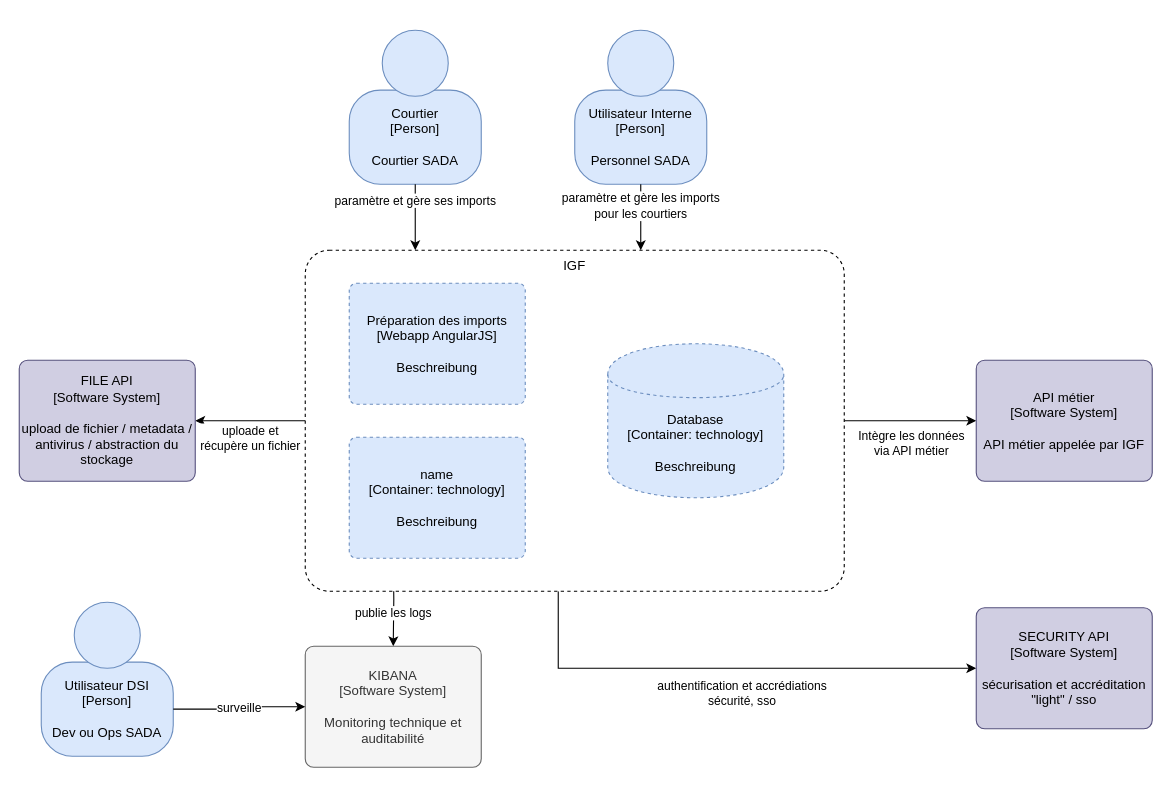
Above: page "IGF Container" (2 of 2) of IGF C4.drawio in rcapraro/c4models (draw.io), before the change. Source tidied: cells renumbered, new cells numbered last; positions are measured from the earlier drawing's top-left corner, leaving out a move shared by most shapes. Both pictures are drawn from the tidied source at 110%, with x=0, y=0 at pixel (19, 30).
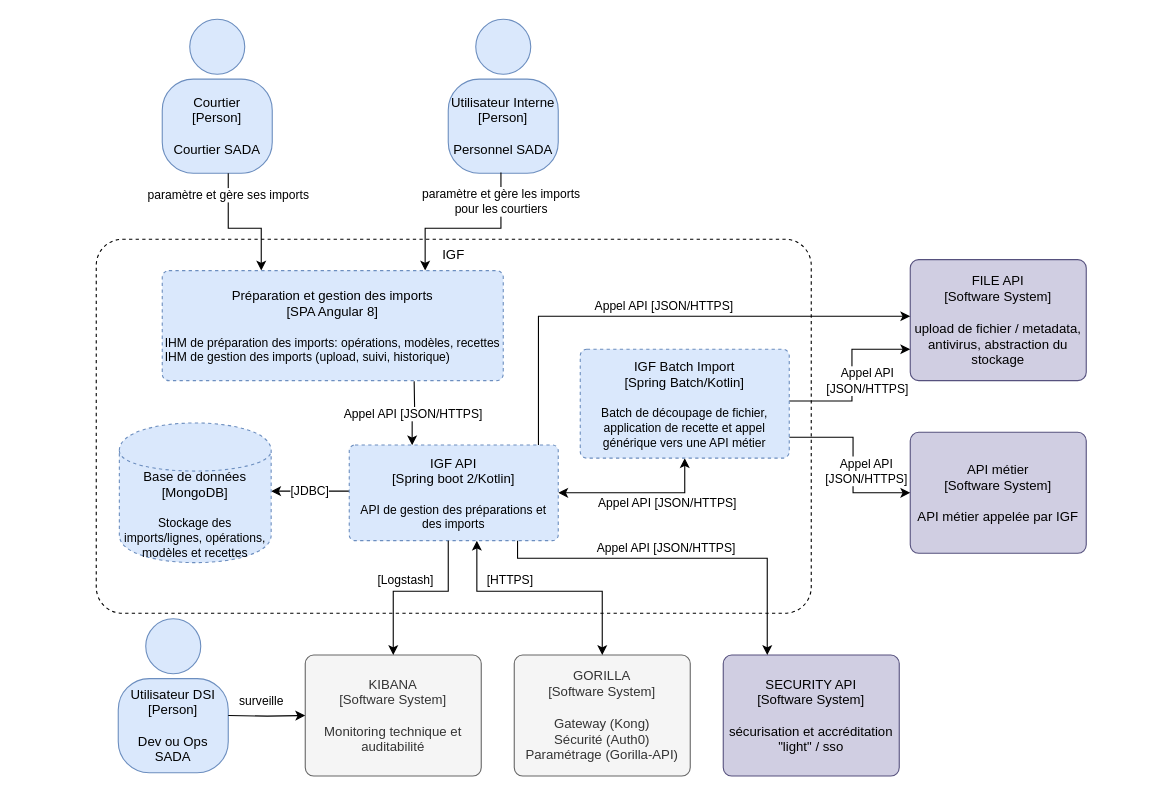
The same page after the edit.

Change to the diagram source:
```diff
@@
     <mxCell id="2" style="group;rounded=0;labelBackgroundColor=none;align=center;html=1;" parent="1" vertex="1">
-      <mxGeometry x="300" width="120" height="140" as="geometry" />
+      <mxGeometry x="130" y="-10" width="100" height="140" as="geometry" />
     </mxCell>
     <mxCell id="3" value="Courtier&lt;div&gt;[Person]&lt;/div&gt;&lt;div&gt;&lt;br&gt;&lt;/div&gt;&lt;div&gt;Courtier SADA&lt;br&gt;&lt;/div&gt;" style="rounded=1;whiteSpace=wrap;html=1;labelBackgroundColor=none;fillColor=#dae8fc;fontColor=#000000;align=center;arcSize=33;strokeColor=#6c8ebf;" parent="2" vertex="1">
-      <mxGeometry y="54.4" width="120" height="85.6" as="geometry" />
+      <mxGeometry y="54.4" width="100" height="85.6" as="geometry" />
     </mxCell>
     <mxCell id="4" style="ellipse;whiteSpace=wrap;html=1;rounded=0;labelBackgroundColor=none;fillColor=#dae8fc;fontSize=12;fontColor=#000000;align=center;strokeColor=#6c8ebf;" parent="2" vertex="1">
-      <mxGeometry x="30" width="60" height="60" as="geometry" />
+      <mxGeometry x="25" width="50" height="50" as="geometry" />
     </mxCell>
     <mxCell id="5" style="group;rounded=0;labelBackgroundColor=none;align=center;html=1;" parent="1" vertex="1">
-      <mxGeometry x="505" width="120" height="140" as="geometry" />
+      <mxGeometry x="390" y="-10" width="100" height="140" as="geometry" />
     </mxCell>
     <mxCell id="6" value="Utilisateur Interne&lt;br&gt;&lt;div&gt;[Person]&lt;/div&gt;&lt;div&gt;&lt;br&gt;&lt;/div&gt;&lt;div&gt;Personnel SADA&lt;br&gt;&lt;/div&gt;" style="rounded=1;whiteSpace=wrap;html=1;labelBackgroundColor=none;fillColor=#dae8fc;fontColor=#000000;align=center;arcSize=33;strokeColor=#6c8ebf;" parent="5" vertex="1">
-      <mxGeometry y="54.4" width="120" height="85.6" as="geometry" />
+      <mxGeometry y="54.4" width="100" height="85.6" as="geometry" />
     </mxCell>
     <mxCell id="7" style="ellipse;whiteSpace=wrap;html=1;rounded=0;labelBackgroundColor=none;fillColor=#dae8fc;fontSize=12;fontColor=#000000;align=center;strokeColor=#6c8ebf;" parent="5" vertex="1">
-      <mxGeometry x="30" width="60" height="60" as="geometry" />
+      <mxGeometry x="25" width="50" height="50" as="geometry" />
     </mxCell>
-    <mxCell id="8" style="edgeStyle=orthogonalEdgeStyle;rounded=0;jettySize=auto;html=1;" parent="1" edge="1" source="15" target="16">
-      <mxGeometry relative="1" as="geometry" />
-    </mxCell>
-    <mxCell id="9" value="uploade et&lt;br&gt;récupère un fichier" style="text;html=1;align=center;verticalAlign=middle;labelBackgroundColor=#ffffff;fontSize=11;" parent="8" vertex="1">
-      <mxGeometry x="-0.17" y="4" relative="1" as="geometry">
-        <mxPoint x="-9" y="11" as="offset" />
-      </mxGeometry>
-    </mxCell>
-    <mxCell id="10" value="publie les logs" style="edgeStyle=orthogonalEdgeStyle;rounded=0;jettySize=auto;html=1;entryX=0.5;entryY=0;entryDx=0;entryDy=0;" parent="1" edge="1" target="17">
-      <mxGeometry x="0.33" relative="1" as="geometry">
-        <mxPoint x="340" y="473" as="sourcePoint" />
-      </mxGeometry>
-    </mxCell>
-    <mxCell id="11" style="edgeStyle=orthogonalEdgeStyle;rounded=0;jettySize=auto;html=1;entryX=0;entryY=0.5;entryDx=0;entryDy=0;" parent="1" edge="1" source="15" target="18">
-      <mxGeometry relative="1" as="geometry">
-        <Array as="points">
-          <mxPoint x="490" y="580" />
-          <mxPoint x="870" y="580" />
-        </Array>
-      </mxGeometry>
-    </mxCell>
-    <mxCell id="12" value="authentification et accrédiations&lt;br&gt;sécurité, sso" style="text;html=1;align=center;verticalAlign=middle;labelBackgroundColor=#ffffff;fontSize=11;" parent="11" vertex="1">
-      <mxGeometry x="-0.24" relative="1" as="geometry">
-        <mxPoint x="65" y="22" as="offset" />
-      </mxGeometry>
-    </mxCell>
-    <mxCell id="13" style="edgeStyle=orthogonalEdgeStyle;rounded=0;jettySize=auto;html=1;fontSize=11;" parent="1" edge="1" source="15" target="24">
-      <mxGeometry relative="1" as="geometry" />
-    </mxCell>
-    <mxCell id="14" value="Intègre les données&lt;br&gt;via API métier" style="text;html=1;align=center;verticalAlign=middle;labelBackgroundColor=#ffffff;fontSize=11;" parent="13" vertex="1">
-      <mxGeometry x="-0.14" y="-4" relative="1" as="geometry">
-        <mxPoint x="8" y="16" as="offset" />
-      </mxGeometry>
-    </mxCell>
     <mxCell id="15" value="&lt;div align=&quot;center&quot;&gt;IGF&lt;/div&gt;" style="rounded=1;whiteSpace=wrap;html=1;labelBackgroundColor=none;align=center;arcSize=7;dashed=1;verticalAlign=top;" parent="1" vertex="1">
-      <mxGeometry x="260" y="200" width="490" height="310" as="geometry" />
+      <mxGeometry x="70" y="190" width="650" height="340" as="geometry" />
     </mxCell>
-    <mxCell id="16" value="FILE API&lt;br&gt;&lt;div&gt;[Software System]&lt;/div&gt;&lt;div&gt;&lt;br&gt;&lt;/div&gt;&lt;div&gt;upload de fichier / metadata / antivirus / abstraction du stockage&lt;br&gt;&lt;/div&gt;" style="rounded=1;whiteSpace=wrap;html=1;labelBackgroundColor=none;fillColor=#d0cee2;align=center;arcSize=7;strokeColor=#56517e;" parent="1" vertex="1">
-      <mxGeometry y="300" width="160" height="110" as="geometry" />
+    <mxCell id="16" value="FILE API&lt;br&gt;&lt;div&gt;[Software System]&lt;/div&gt;&lt;div&gt;&lt;br&gt;&lt;/div&gt;&lt;div&gt;upload de fichier / metadata, antivirus, abstraction du stockage&lt;br&gt;&lt;/div&gt;" style="rounded=1;whiteSpace=wrap;html=1;labelBackgroundColor=none;fillColor=#d0cee2;align=center;arcSize=7;strokeColor=#56517e;" parent="1" vertex="1">
+      <mxGeometry x="810" y="208.5" width="160" height="110" as="geometry" />
     </mxCell>
     <mxCell id="17" value="KIBANA&lt;br&gt;&lt;div&gt;[Software System]&lt;/div&gt;&lt;div&gt;&lt;br&gt;&lt;/div&gt;&lt;div&gt;Monitoring technique et auditabilité&lt;br&gt;&lt;/div&gt;" style="rounded=1;whiteSpace=wrap;html=1;labelBackgroundColor=none;fillColor=#f5f5f5;fontColor=#333333;align=center;arcSize=7;strokeColor=#666666;" parent="1" vertex="1">
-      <mxGeometry x="260" y="560" width="160" height="110" as="geometry" />
+      <mxGeometry x="260" y="568" width="160" height="110" as="geometry" />
     </mxCell>
     <mxCell id="18" value="SECURITY API&lt;br&gt;&lt;div&gt;[Software System]&lt;/div&gt;&lt;div&gt;&lt;br&gt;&lt;/div&gt;&lt;div&gt;sécurisation et accréditation &quot;light&quot; / sso&lt;br&gt;&lt;/div&gt;" style="rounded=1;whiteSpace=wrap;html=1;labelBackgroundColor=none;fillColor=#d0cee2;align=center;arcSize=7;strokeColor=#56517e;" parent="1" vertex="1">
-      <mxGeometry x="870" y="525" width="160" height="110" as="geometry" />
+      <mxGeometry x="640" y="568" width="160" height="110" as="geometry" />
     </mxCell>
     <mxCell id="19" style="group;rounded=0;labelBackgroundColor=none;fillColor=none;fontColor=#000000;align=center;html=1;" parent="1" vertex="1">
-      <mxGeometry x="20" y="520" width="120" height="140" as="geometry" />
+      <mxGeometry x="90" y="535" width="100" height="140" as="geometry" />
     </mxCell>
     <mxCell id="20" value="Utilisateur DSI&lt;br&gt;&lt;div&gt;[Person]&lt;/div&gt;&lt;div&gt;&lt;br&gt;&lt;/div&gt;&lt;div&gt;Dev ou Ops SADA&lt;br&gt;&lt;/div&gt;" style="rounded=1;whiteSpace=wrap;html=1;labelBackgroundColor=none;fillColor=#dae8fc;fontColor=#000000;align=center;arcSize=33;strokeColor=#6c8ebf;" parent="19" vertex="1">
-      <mxGeometry y="54.4" width="120" height="85.6" as="geometry" />
+      <mxGeometry y="54.4" width="100" height="85.6" as="geometry" />
     </mxCell>
     <mxCell id="21" style="ellipse;whiteSpace=wrap;html=1;rounded=0;labelBackgroundColor=none;fillColor=#dae8fc;fontSize=12;fontColor=#000000;align=center;strokeColor=#6c8ebf;" parent="19" vertex="1">
-      <mxGeometry x="30" width="60" height="60" as="geometry" />
+      <mxGeometry x="25" width="50" height="50" as="geometry" />
     </mxCell>
-    <mxCell id="22" value="paramètre et gère ses imports" style="edgeStyle=orthogonalEdgeStyle;rounded=0;jettySize=auto;html=1;" parent="1" edge="1" source="3" target="15">
-      <mxGeometry x="-0.5" relative="1" as="geometry">
+    <mxCell id="22" value="paramètre et gère ses imports" style="edgeStyle=orthogonalEdgeStyle;rounded=0;jettySize=auto;html=1;" parent="1" edge="1" source="3" target="26">
+      <mxGeometry x="-0.66" relative="1" as="geometry">
         <Array as="points">
-          <mxPoint x="340" y="240" />
-          <mxPoint x="340" y="240" />
+          <mxPoint x="190" y="180" />
+          <mxPoint x="220" y="180" />
         </Array>
       </mxGeometry>
     </mxCell>
-    <mxCell id="23" value="&lt;div&gt;paramètre et gère les imports&lt;br&gt;pour les courtiers&lt;/div&gt;" style="edgeStyle=orthogonalEdgeStyle;rounded=0;jettySize=auto;html=1;" parent="1" edge="1" source="6" target="15">
-      <mxGeometry x="0.67" y="-30" relative="1" as="geometry">
+    <mxCell id="23" value="&lt;div&gt;paramètre et gère les imports&lt;br&gt;pour les courtiers&lt;/div&gt;" style="edgeStyle=orthogonalEdgeStyle;rounded=0;jettySize=auto;html=1;exitX=0.479;exitY=0.993;exitDx=0;exitDy=0;exitPerimeter=0;" parent="1" edge="1" source="6" target="26">
+      <mxGeometry x="-0.66" relative="1" as="geometry">
         <Array as="points">
-          <mxPoint x="560" y="220" />
-          <mxPoint x="560" y="220" />
+          <mxPoint x="438" y="180" />
+          <mxPoint x="369" y="180" />
         </Array>
-        <mxPoint x="30" y="-30" as="offset" />
       </mxGeometry>
     </mxCell>
     <mxCell id="24" value="API métier&lt;br&gt;&lt;div&gt;[Software System]&lt;/div&gt;&lt;div&gt;&lt;br&gt;&lt;/div&gt;&lt;div&gt;API métier appelée par IGF&lt;br&gt;&lt;/div&gt;" style="rounded=1;whiteSpace=wrap;html=1;labelBackgroundColor=none;fillColor=#d0cee2;align=center;arcSize=7;strokeColor=#56517e;" parent="1" vertex="1">
-      <mxGeometry x="870" y="300" width="160" height="110" as="geometry" />
+      <mxGeometry x="810" y="365.5" width="160" height="110" as="geometry" />
     </mxCell>
-    <mxCell id="25" value="surveille" style="edgeStyle=orthogonalEdgeStyle;rounded=0;jettySize=auto;html=1;exitX=1;exitY=0.5;exitDx=0;exitDy=0;" parent="1" edge="1" source="20" target="17">
-      <mxGeometry relative="1" as="geometry" />
+    <mxCell id="25" value="surveille" style="edgeStyle=orthogonalEdgeStyle;rounded=0;jettySize=auto;html=1;" parent="1" edge="1" target="17">
+      <mxGeometry x="0.01" y="14" relative="1" as="geometry">
+        <mxPoint x="190" y="623" as="sourcePoint" />
+        <mxPoint x="-5" y="1" as="offset" />
+      </mxGeometry>
     </mxCell>
+    <mxCell id="29" value="Appel API [JSON/HTTPS]" style="edgeStyle=orthogonalEdgeStyle;rounded=0;jettySize=auto;html=1;fontSize=11;entryX=0.301;entryY=0.004;entryDx=0;entryDy=0;entryPerimeter=0;" parent="1" edge="1" target="34">
+      <mxGeometry x="0.02" relative="1" as="geometry">
+        <mxPoint x="359" y="319" as="sourcePoint" />
+      </mxGeometry>
+    </mxCell>
-    <mxCell id="26" value="&lt;span&gt;Préparation des imports&lt;br&gt;&lt;/span&gt;&lt;div&gt;[Webapp AngularJS&lt;span&gt;]&lt;/span&gt;&lt;/div&gt;&lt;div&gt;&lt;br&gt;&lt;/div&gt;&lt;div&gt;Beschreibung&lt;/div&gt;" style="rounded=1;whiteSpace=wrap;html=1;labelBackgroundColor=none;fillColor=#dae8fc;fontColor=#000000;align=center;arcSize=6;strokeColor=#6c8ebf;dashed=1;" parent="1" vertex="1">
-      <mxGeometry x="300" y="230" width="160" height="110" as="geometry" />
+    <mxCell id="26" value="&lt;span&gt;Préparation et gestion des imports&lt;br&gt;&lt;/span&gt;&lt;div&gt;[SPA Angular 8&lt;span&gt;]&lt;/span&gt;&lt;/div&gt;&lt;div&gt;&lt;br&gt;&lt;/div&gt;&lt;div style=&quot;font-size: 11px&quot; align=&quot;left&quot;&gt;&lt;font style=&quot;font-size: 11px&quot;&gt;IHM de préparation des imports: opérations, modèles, recettes&lt;/font&gt;&lt;/div&gt;&lt;div style=&quot;font-size: 11px&quot; align=&quot;left&quot;&gt;&lt;font style=&quot;font-size: 11px&quot;&gt;IHM de gestion des imports (upload, suivi, historique)&lt;/font&gt;&lt;br&gt;&lt;/div&gt;" style="rounded=1;whiteSpace=wrap;html=1;labelBackgroundColor=none;fillColor=#dae8fc;fontColor=#000000;align=center;arcSize=6;strokeColor=#6c8ebf;dashed=1;" parent="1" vertex="1">
+      <mxGeometry x="130" y="218.5" width="310" height="100" as="geometry" />
     </mxCell>
-    <mxCell id="27" value="&lt;span&gt;name&lt;/span&gt;&lt;div&gt;[Container:&amp;nbsp;&lt;span&gt;technology&lt;/span&gt;&lt;span&gt;]&lt;/span&gt;&lt;/div&gt;&lt;div&gt;&lt;br&gt;&lt;/div&gt;&lt;div&gt;Beschreibung&lt;/div&gt;" style="rounded=1;whiteSpace=wrap;html=1;labelBackgroundColor=none;fillColor=#dae8fc;fontColor=#000000;align=center;arcSize=6;strokeColor=#6c8ebf;dashed=1;" parent="1" vertex="1">
-      <mxGeometry x="300" y="370" width="160" height="110" as="geometry" />
-    </mxCell>
+    <mxCell id="30" value="[JDBC]" style="edgeStyle=orthogonalEdgeStyle;rounded=0;jettySize=auto;html=1;exitX=-0.001;exitY=0.483;exitDx=0;exitDy=0;fontSize=11;exitPerimeter=0;" parent="1" edge="1" source="34">
+      <mxGeometry relative="1" as="geometry">
+        <mxPoint x="229" y="419" as="targetPoint" />
+      </mxGeometry>
+    </mxCell>
+    <mxCell id="31" value="&lt;div&gt;Appel API [JSON/HTTPS]&lt;/div&gt;" style="edgeStyle=orthogonalEdgeStyle;rounded=0;jettySize=auto;html=1;exitX=1;exitY=0.5;exitDx=0;exitDy=0;entryX=0.5;entryY=1;entryDx=0;entryDy=0;startArrow=classic;startFill=1;fontSize=11;" parent="1" edge="1" source="34" target="41">
+      <mxGeometry x="0.35" y="-9" relative="1" as="geometry" />
+    </mxCell>
+    <mxCell id="32" style="edgeStyle=orthogonalEdgeStyle;rounded=0;jettySize=auto;html=1;startArrow=none;startFill=0;fontSize=11;exitX=0.879;exitY=0.011;exitDx=0;exitDy=0;exitPerimeter=0;" parent="1" edge="1" source="34">
+      <mxGeometry relative="1" as="geometry">
+        <mxPoint x="810" y="260" as="targetPoint" />
+        <Array as="points">
+          <mxPoint x="472" y="260" />
+        </Array>
+      </mxGeometry>
+    </mxCell>
+    <mxCell id="33" value="&lt;div&gt;Appel API [JSON/HTTPS]&lt;/div&gt;" style="text;html=1;align=center;verticalAlign=middle;labelBackgroundColor=#ffffff;fontSize=11;" parent="32" vertex="1">
+      <mxGeometry x="-0.04" y="-1" relative="1" as="geometry">
+        <mxPoint x="15.5" y="-11" as="offset" />
+      </mxGeometry>
+    </mxCell>
+    <mxCell id="34" value="&lt;span&gt;IGF API&lt;br&gt;&lt;/span&gt;&lt;div&gt;[Spring boot 2/Kotlin&lt;span&gt;&lt;/span&gt;&lt;span&gt;]&lt;/span&gt;&lt;/div&gt;&lt;div&gt;&lt;br&gt;&lt;/div&gt;&lt;div style=&quot;font-size: 11px&quot;&gt;API de gestion des préparations et des imports&lt;br&gt;&lt;/div&gt;" style="rounded=1;whiteSpace=wrap;html=1;labelBackgroundColor=none;fillColor=#dae8fc;fontColor=#000000;align=center;arcSize=6;strokeColor=#6c8ebf;dashed=1;" parent="1" vertex="1">
+      <mxGeometry x="300" y="377" width="190" height="87" as="geometry" />
+    </mxCell>
+    <mxCell id="35" value="GORILLA&lt;br&gt;&lt;div&gt;[Software System]&lt;/div&gt;&lt;div&gt;&lt;br&gt;&lt;/div&gt;&lt;div&gt;&lt;div&gt;Gateway (Kong)&lt;br&gt;Sécurité (Auth0)&lt;/div&gt;Paramétrage (Gorilla-API)&lt;/div&gt;" style="rounded=1;whiteSpace=wrap;html=1;labelBackgroundColor=none;fillColor=#f5f5f5;fontColor=#333333;align=center;arcSize=7;strokeColor=#666666;" parent="1" vertex="1">
+      <mxGeometry x="450" y="568" width="160" height="110" as="geometry" />
+    </mxCell>
-    <mxCell id="28" value="&lt;span&gt;Database&lt;/span&gt;&lt;div&gt;[Container:&amp;nbsp;technology]&lt;/div&gt;&lt;div&gt;&lt;br&gt;&lt;/div&gt;&lt;div&gt;Beschreibung&lt;/div&gt;" style="shape=cylinder;whiteSpace=wrap;html=1;boundedLbl=1;rounded=0;labelBackgroundColor=none;fillColor=#dae8fc;fontSize=12;fontColor=#000000;align=center;strokeColor=#6c8ebf;dashed=1;" parent="1" vertex="1">
-      <mxGeometry x="535" y="285" width="160" height="140" as="geometry" />
+    <mxCell id="28" value="Base de données&lt;span&gt;&lt;br&gt;&lt;/span&gt;&lt;div&gt;[MongoDB]&lt;/div&gt;&lt;div&gt;&lt;br&gt;&lt;/div&gt;&lt;div style=&quot;font-size: 11px&quot;&gt;Stockage des imports/lignes, opérations, modèles et recettes&lt;br&gt;&lt;/div&gt;" style="shape=cylinder;whiteSpace=wrap;html=1;boundedLbl=1;rounded=0;labelBackgroundColor=none;fillColor=#dae8fc;fontSize=12;fontColor=#000000;align=center;strokeColor=#6c8ebf;dashed=1;" parent="1" vertex="1">
+      <mxGeometry x="91" y="357" width="138" height="127" as="geometry" />
     </mxCell>
+    <mxCell id="11" style="edgeStyle=orthogonalEdgeStyle;rounded=0;jettySize=auto;html=1;" parent="1" edge="1" source="34" target="18">
+      <mxGeometry relative="1" as="geometry">
+        <Array as="points">
+          <mxPoint x="453" y="480" />
+          <mxPoint x="680" y="480" />
+        </Array>
+      </mxGeometry>
+    </mxCell>
+    <mxCell id="12" value="Appel API [JSON/HTTPS]" style="text;html=1;align=center;verticalAlign=middle;labelBackgroundColor=#ffffff;fontSize=11;" parent="11" vertex="1">
+      <mxGeometry x="-0.24" relative="1" as="geometry">
+        <mxPoint x="24" y="-10" as="offset" />
+      </mxGeometry>
+    </mxCell>
+    <mxCell id="36" value="[HTTPS]" style="edgeStyle=orthogonalEdgeStyle;rounded=0;jettySize=auto;html=1;startArrow=classic;startFill=1;entryX=0.5;entryY=0;entryDx=0;entryDy=0;" parent="1" edge="1" source="34" target="35">
+      <mxGeometry x="-0.3" y="10" relative="1" as="geometry">
+        <Array as="points">
+          <mxPoint x="416" y="510" />
+          <mxPoint x="530" y="510" />
+        </Array>
+      </mxGeometry>
+    </mxCell>
+    <mxCell id="10" value="[Logstash]" style="edgeStyle=orthogonalEdgeStyle;rounded=0;jettySize=auto;html=1;entryX=0.5;entryY=0;entryDx=0;entryDy=0;" parent="1" edge="1" source="34" target="17">
+      <mxGeometry x="0.11" y="-10" relative="1" as="geometry">
+        <Array as="points">
+          <mxPoint x="390" y="510" />
+          <mxPoint x="340" y="510" />
+        </Array>
+      </mxGeometry>
+    </mxCell>
+    <mxCell id="37" style="edgeStyle=orthogonalEdgeStyle;rounded=0;jettySize=auto;html=1;entryX=0;entryY=0.5;entryDx=0;entryDy=0;startArrow=none;startFill=0;fontSize=11;" parent="1" edge="1" source="41" target="24">
+      <mxGeometry relative="1" as="geometry">
+        <Array as="points">
+          <mxPoint x="758" y="370" />
+          <mxPoint x="758" y="421" />
+        </Array>
+      </mxGeometry>
+    </mxCell>
+    <mxCell id="38" value="&lt;div&gt;Appel API&lt;br&gt;[JSON/HTTPS]&lt;/div&gt;" style="text;html=1;align=center;verticalAlign=middle;labelBackgroundColor=#ffffff;fontSize=11;" parent="37" vertex="1">
+      <mxGeometry x="-0.55" relative="1" as="geometry">
+        <mxPoint x="33.5" y="30" as="offset" />
+      </mxGeometry>
+    </mxCell>
+    <mxCell id="39" style="edgeStyle=orthogonalEdgeStyle;rounded=0;jettySize=auto;html=1;startArrow=none;startFill=0;fontSize=11;endArrow=classic;endFill=1;exitX=0.994;exitY=0.402;exitDx=0;exitDy=0;exitPerimeter=0;" parent="1" edge="1" source="41" target="16">
+      <mxGeometry relative="1" as="geometry">
+        <Array as="points">
+          <mxPoint x="757" y="337" />
+          <mxPoint x="757" y="290" />
+        </Array>
+      </mxGeometry>
+    </mxCell>
+    <mxCell id="40" value="&lt;div&gt;Appel API &lt;br&gt;[JSON/HTTPS]&lt;/div&gt;" style="text;html=1;align=center;verticalAlign=middle;labelBackgroundColor=#ffffff;fontSize=11;" parent="39" vertex="1">
+      <mxGeometry x="-0.46" y="2" relative="1" as="geometry">
+        <mxPoint x="33.5" y="-17" as="offset" />
+      </mxGeometry>
+    </mxCell>
+    <mxCell id="41" value="&lt;span&gt;IGF Batch Import&lt;br&gt;&lt;/span&gt;&lt;div&gt;[Spring Batch/Kotlin&lt;span&gt;&lt;/span&gt;&lt;span&gt;]&lt;/span&gt;&lt;/div&gt;&lt;div&gt;&lt;br&gt;&lt;/div&gt;&lt;div style=&quot;font-size: 11px&quot;&gt;Batch de découpage de fichier, application de recette et appel générique vers une API métier&lt;br&gt;&lt;/div&gt;" style="rounded=1;whiteSpace=wrap;html=1;labelBackgroundColor=none;fillColor=#dae8fc;fontColor=#000000;align=center;arcSize=6;strokeColor=#6c8ebf;dashed=1;" parent="1" vertex="1">
+      <mxGeometry x="510" y="290" width="190" height="99" as="geometry" />
+    </mxCell>
```
